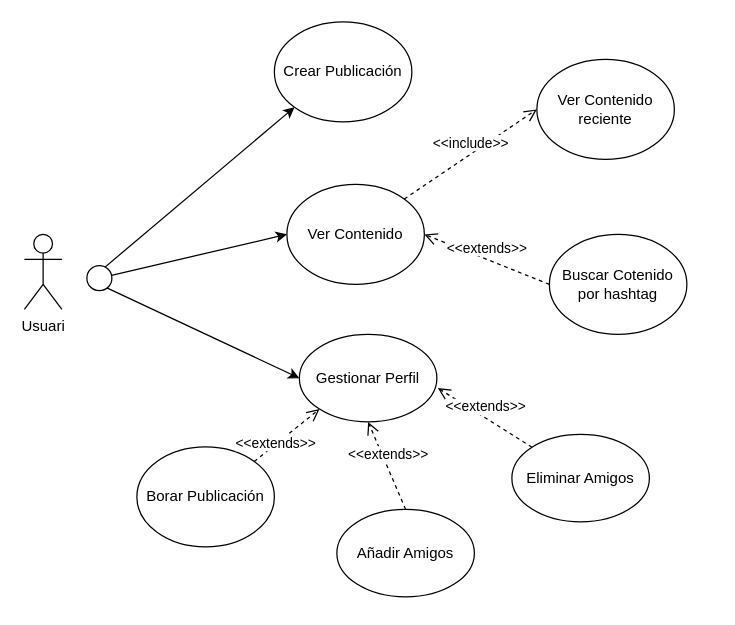
Earlier version of the draw.io diagram diag/cu.drawio (Kore29/Program-Whale). Source tidied: cells renumbered, new cells numbered last; positions are measured from the earlier drawing's top-left corner, leaving out a move shared by most shapes. Both pictures are drawn from the tidied source at 125%, with x=0, y=0 at pixel (24, 21).
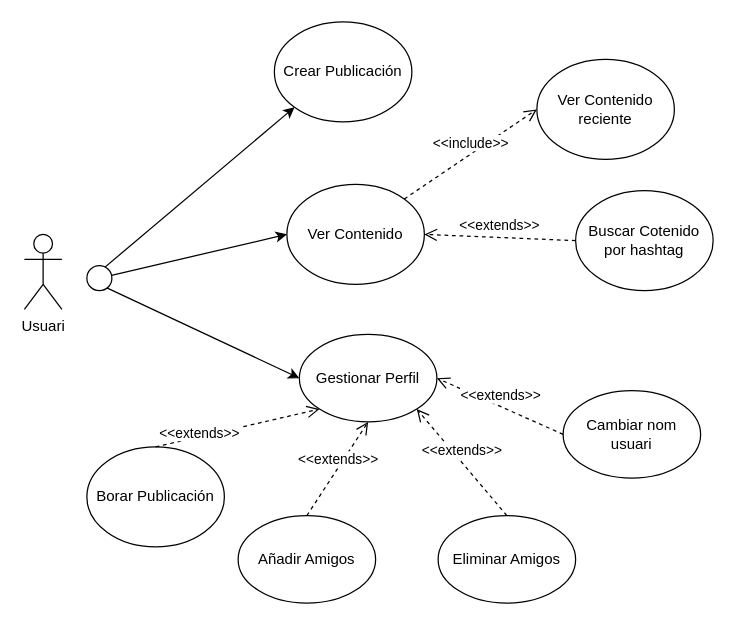
Above is the later version.

Unchanged cells that the change refers to:
```xml
<mxCell id="5" value="Gestionar Perfil" style="ellipse;whiteSpace=wrap;html=1;" parent="1" vertex="1">
  <mxGeometry x="220" y="250" width="110" height="70" as="geometry" />
</mxCell>
```

Change to the diagram source:
```diff
@@
     <mxCell id="8" value="Eliminar Amigos" style="ellipse;whiteSpace=wrap;html=1;" parent="1" vertex="1">
-      <mxGeometry x="390" y="330" width="110" height="70" as="geometry" />
+      <mxGeometry x="331" y="395" width="110" height="70" as="geometry" />
     </mxCell>
-    <mxCell id="9" value="&amp;lt;&amp;lt;extends&amp;gt;&amp;gt;" style="html=1;verticalAlign=bottom;endArrow=open;dashed=1;endSize=8;curved=0;rounded=0;entryX=1.007;entryY=0.614;entryDx=0;entryDy=0;exitX=0;exitY=0;exitDx=0;exitDy=0;entryPerimeter=0;" parent="1" edge="1" source="8" target="5">
+    <mxCell id="9" value="&amp;lt;&amp;lt;extends&amp;gt;&amp;gt;" style="html=1;verticalAlign=bottom;endArrow=open;dashed=1;endSize=8;curved=0;rounded=0;entryX=1;entryY=1;entryDx=0;entryDy=0;exitX=0.5;exitY=0;exitDx=0;exitDy=0;" parent="1" edge="1" source="8" target="5">
       <mxGeometry relative="1" as="geometry" />
     </mxCell>
@@
     <mxCell id="12" value="Borar Publicación" style="ellipse;whiteSpace=wrap;html=1;" parent="1" vertex="1">
-      <mxGeometry x="90" y="340" width="110" height="80" as="geometry" />
+      <mxGeometry x="50" y="340" width="110" height="80" as="geometry" />
     </mxCell>
@@
     <mxCell id="14" value="Añadir Amigos" style="ellipse;whiteSpace=wrap;html=1;" parent="1" vertex="1">
-      <mxGeometry x="250" y="390" width="110" height="70" as="geometry" />
+      <mxGeometry x="171" y="395" width="110" height="70" as="geometry" />
     </mxCell>
@@
     <mxCell id="16" value="Buscar Cotenido por hashtag" style="ellipse;whiteSpace=wrap;html=1;" parent="1" vertex="1">
-      <mxGeometry x="420" y="170" width="110" height="80" as="geometry" />
+      <mxGeometry x="441" y="135" width="110" height="80" as="geometry" />
     </mxCell>
@@
-    <mxCell id="20" value="&amp;lt;&amp;lt;extends&amp;gt;&amp;gt;" style="html=1;verticalAlign=bottom;endArrow=open;dashed=1;endSize=8;curved=0;rounded=0;entryX=0;entryY=1;entryDx=0;entryDy=0;exitX=1;exitY=0;exitDx=0;exitDy=0;" parent="1" edge="1" source="12" target="5">
+    <mxCell id="20" value="&amp;lt;&amp;lt;extends&amp;gt;&amp;gt;" style="html=1;verticalAlign=bottom;endArrow=open;dashed=1;endSize=8;curved=0;rounded=0;entryX=0;entryY=1;entryDx=0;entryDy=0;exitX=0.5;exitY=0;exitDx=0;exitDy=0;" parent="1" edge="1" source="12" target="5">
       <mxGeometry x="-0.48" y="-6" relative="1" as="geometry" />
     </mxCell>
+    <mxCell id="21" value="Cambiar nom usuari" style="ellipse;whiteSpace=wrap;html=1;" parent="1" vertex="1">
+      <mxGeometry x="431" y="295" width="110" height="70" as="geometry" />
+    </mxCell>
+    <mxCell id="22" value="&amp;lt;&amp;lt;extends&amp;gt;&amp;gt;" style="html=1;verticalAlign=bottom;endArrow=open;dashed=1;endSize=8;curved=0;rounded=0;entryX=1;entryY=0.5;entryDx=0;entryDy=0;exitX=0;exitY=0.5;exitDx=0;exitDy=0;" parent="1" edge="1" source="21" target="5">
+      <mxGeometry relative="1" as="geometry" />
+    </mxCell>
```
